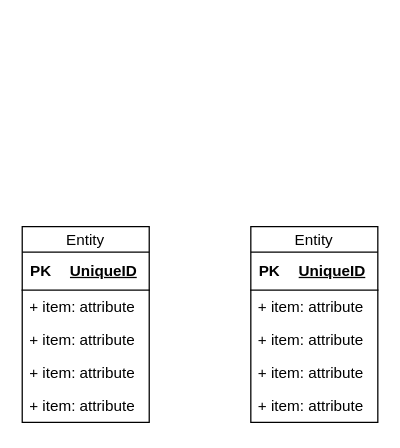
Above: ERD.drawio in Trivoz/Trivoz (draw.io), before the change. Source tidied: cells renumbered, new cells numbered last; positions are measured from the earlier drawing's top-left corner, leaving out a move shared by most shapes. Both pictures are drawn from the tidied source at 127%, with x=0, y=0 at pixel (22, 226).
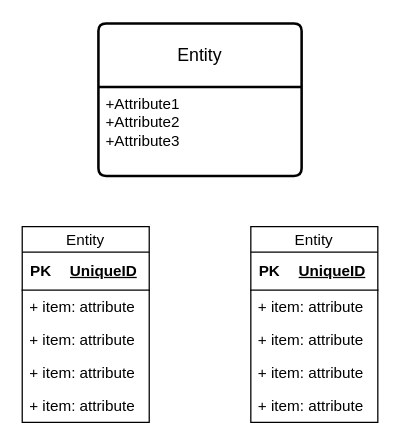
After the change.

The edit, as a diff of the source:
```diff
@@
+    <mxCell id="20" value="Entity" style="swimlane;horizontal=1;startSize=50;rounded=1;fontSize=14;fontStyle=0;strokeWidth=2;shadow=0;dashed=0;align=center;arcSize=4;whiteSpace=wrap;html=1;" parent="1" vertex="1">
+      <mxGeometry x="60" y="-160" width="160" height="120" as="geometry" />
+    </mxCell>
+    <mxCell id="21" value="+Attribute1&#10;+Attribute2&#10;+Attribute3" style="align=left;strokeColor=none;fillColor=none;spacingLeft=4;fontSize=12;verticalAlign=top;html=1;" parent="20" vertex="1">
+      <mxGeometry y="50" width="160" height="70" as="geometry" />
+    </mxCell>
```
